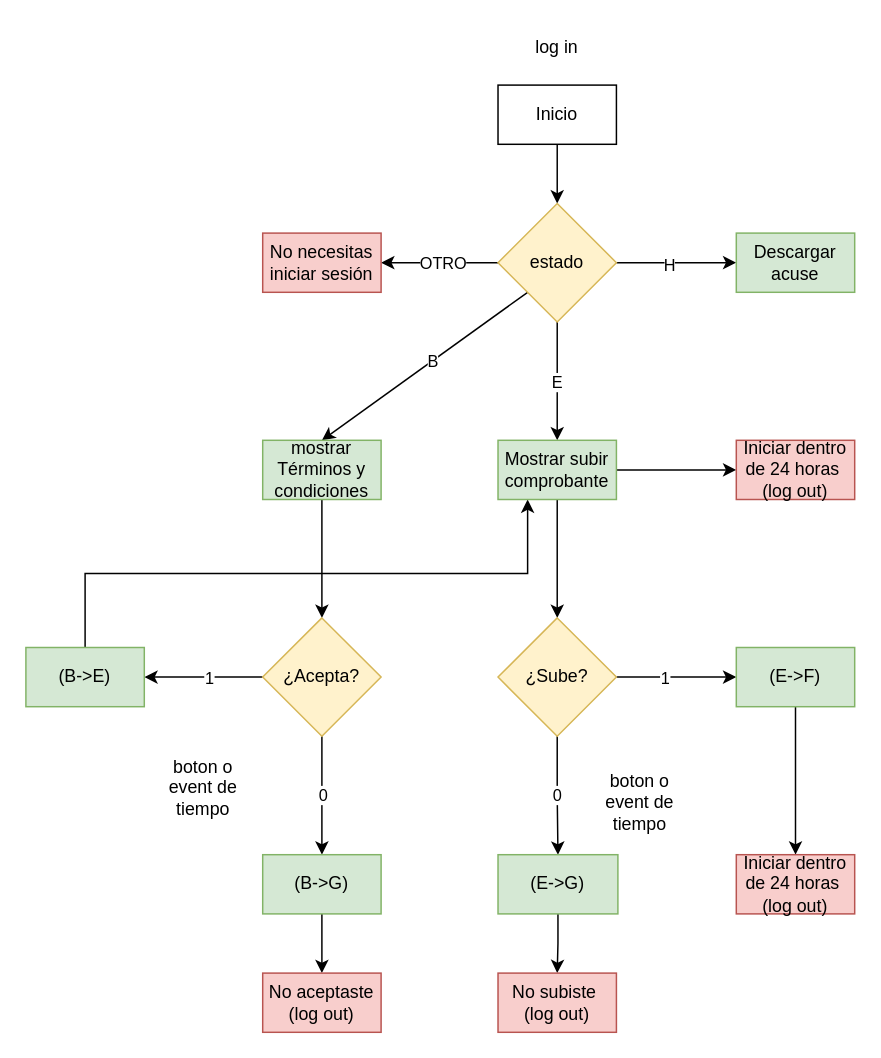
The draw.io diagram page "diagrama login" (8 of 8) of db/diagramasBD.drawio in yaeef/Proyecto-locker, before the edit. Source tidied: cells renumbered, new cells numbered last; positions are measured from the earlier drawing's top-left corner, leaving out a move shared by most shapes. Both pictures are drawn from the tidied source at 148%, with x=0, y=0 at pixel (25, 25).
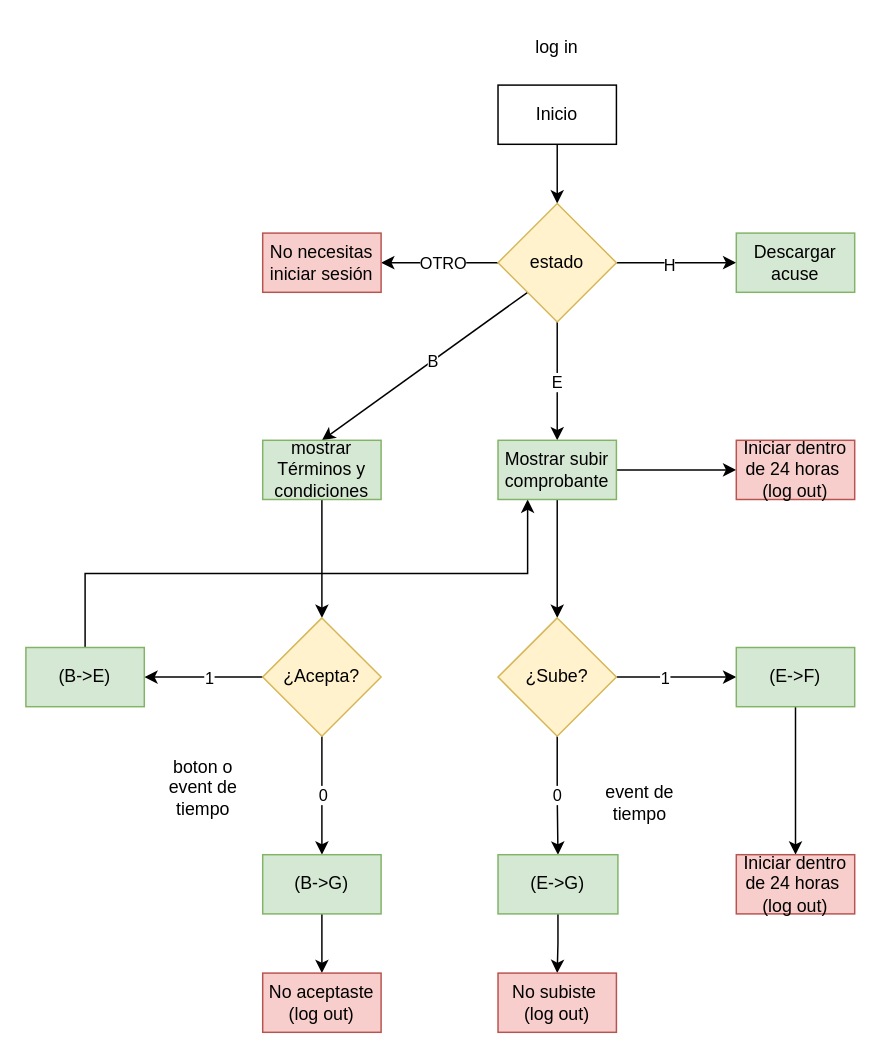
Above is the later version.

The edit, as a diff of the source:
```diff
@@
-    <mxCell id="43" value="boton o event de tiempo" style="text;html=1;align=center;verticalAlign=middle;whiteSpace=wrap;rounded=0;" parent="1" vertex="1">
+    <mxCell id="43" value="event de tiempo" style="text;html=1;align=center;verticalAlign=middle;whiteSpace=wrap;rounded=0;" parent="1" vertex="1">
       <mxGeometry x="385" y="510" width="60" height="30" as="geometry" />
     </mxCell>
```
